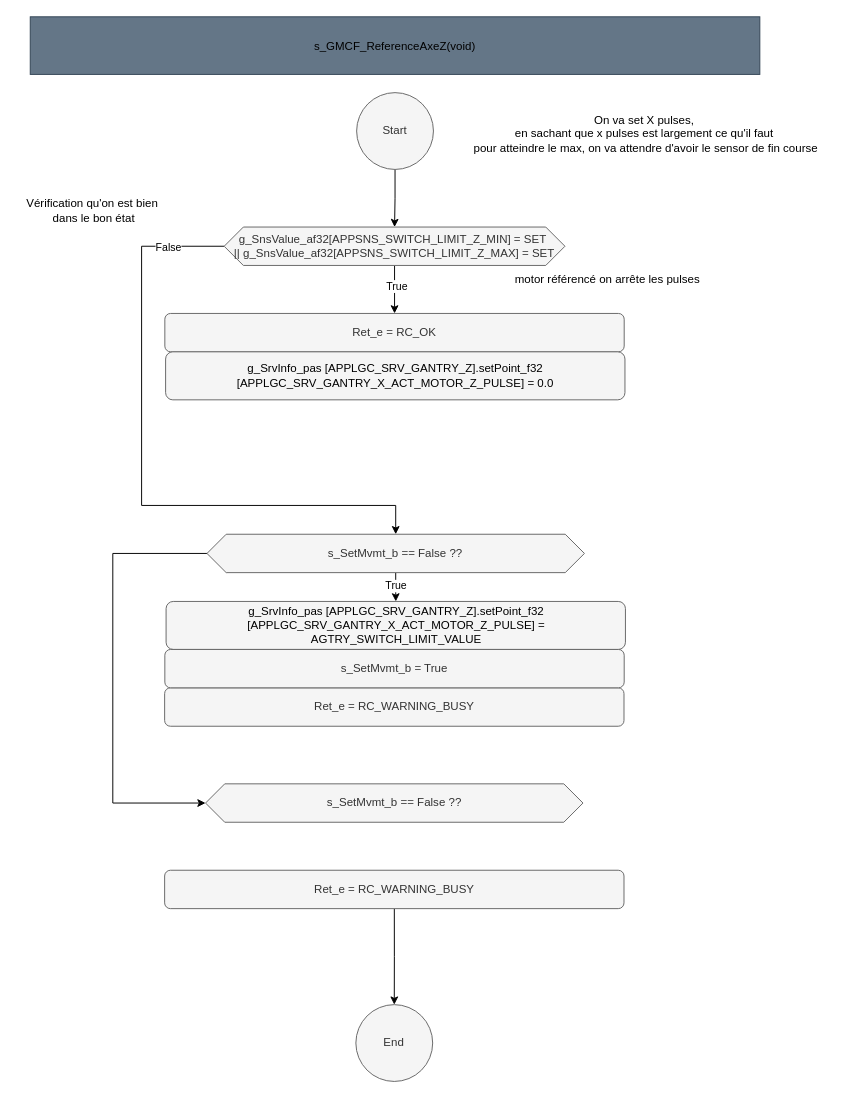
The draw.io diagram page "ReferenceZ" (7 of 7) of src/3_APP/APP_LGC/Src/Agents/Gantry/Src/GantryMotionControl/GMCR/Doc/DesignGMCR.drawio in mbarbeau0545/PickersRobotPOC, before the edit. Source tidied: cells renumbered, new cells numbered last; positions are measured from the earlier drawing's top-left corner, leaving out a move shared by most shapes. Both pictures are drawn from the tidied source at 96%, with x=0, y=0 at pixel (16, 16).
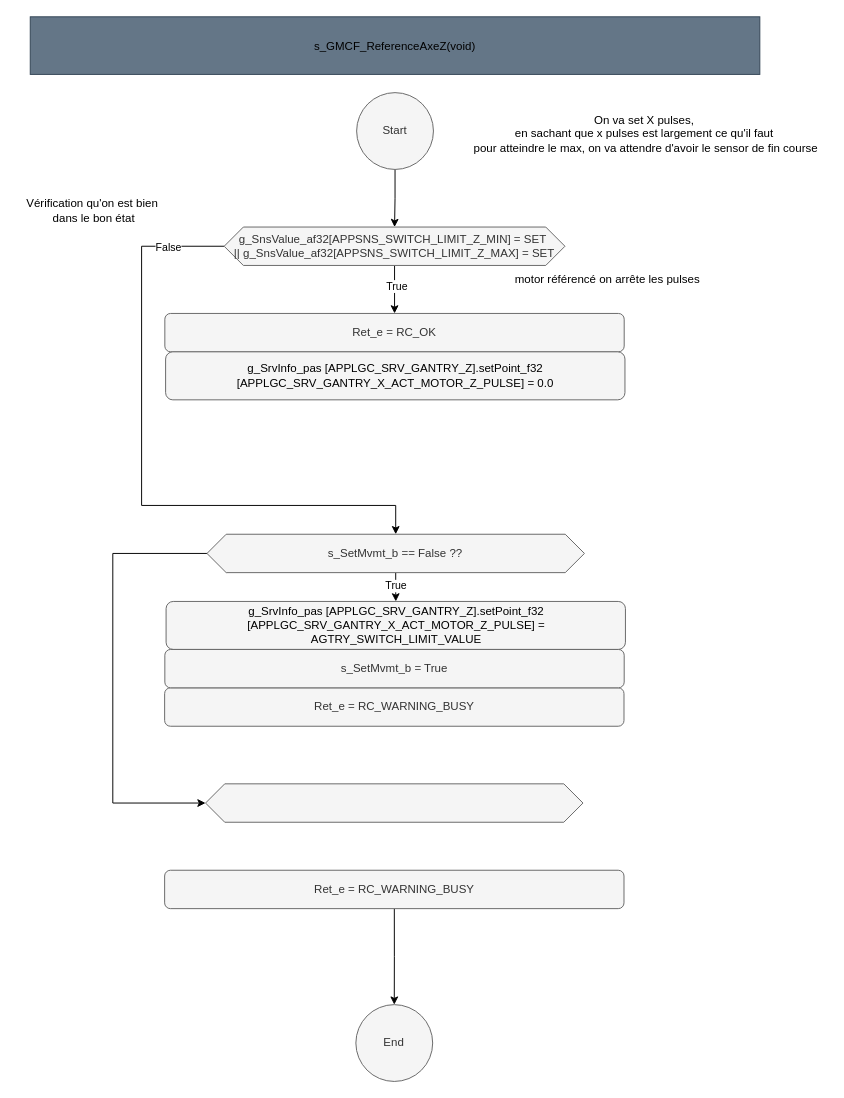
The same diagram, later.

Change to the diagram source:
```diff
@@
-    <mxCell id="23" value="s_SetMvmt_b == False ??" style="shape=hexagon;perimeter=hexagonPerimeter2;whiteSpace=wrap;html=1;fixedSize=1;fillColor=#f5f5f5;fontColor=#333333;strokeColor=#666666;" parent="1" vertex="1">
+    <mxCell id="23" style="shape=hexagon;perimeter=hexagonPerimeter2;whiteSpace=wrap;html=1;fixedSize=1;fillColor=#f5f5f5;fontColor=#333333;strokeColor=#666666;" parent="1" vertex="1">
       <mxGeometry x="196.6" y="799" width="393.2" height="40" as="geometry" />
     </mxCell>
```
